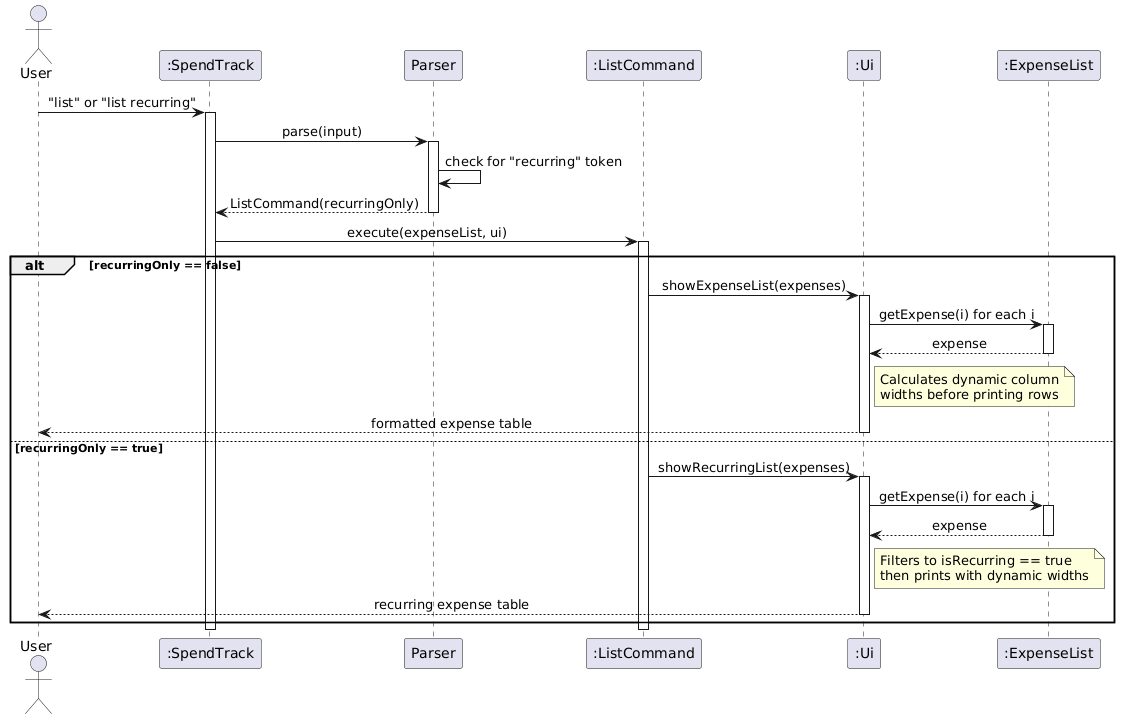
Before: docs/images/ListCommandSequence.png, a diagram exported from PlantUML (AbhijitBalajee/tp).
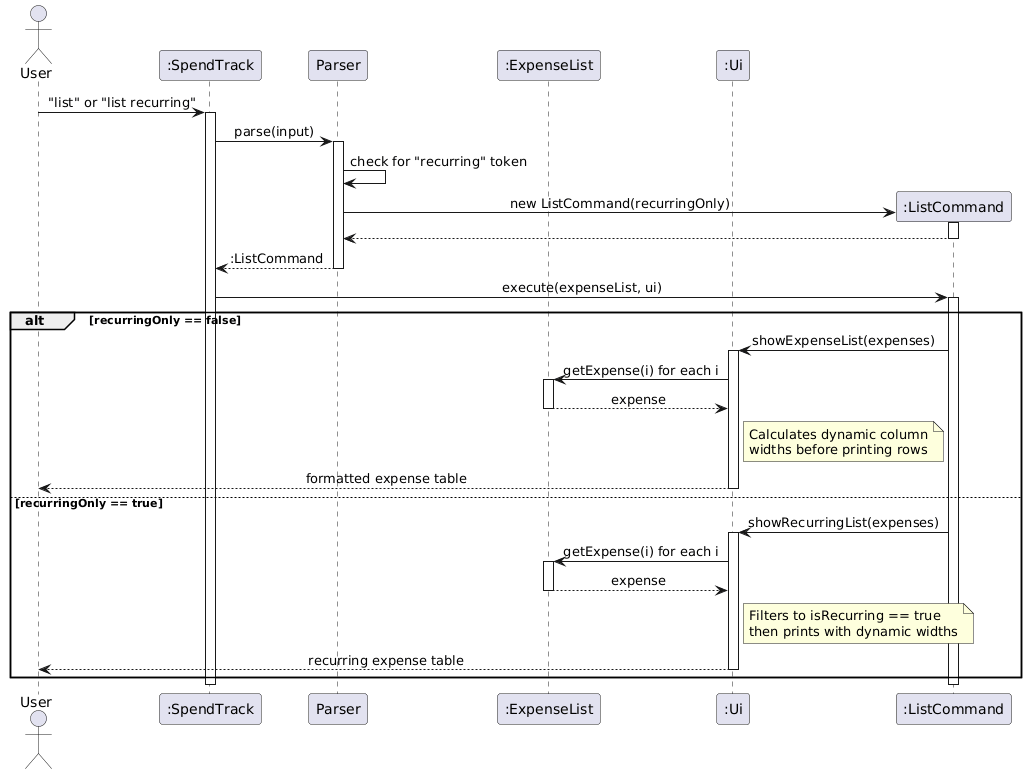
Later version of the same file.

Commit message:
fix: correct UML diagram notation errors in DG sequence and class diagrams

Diff of the diagram source:
```diff
@@ -6,16 +6,22 @@
 actor User
 participant ":SpendTrack" as ST
 participant "Parser" as P
-participant ":ListCommand" as LC
+participant ":ExpenseList" as EL
 participant ":Ui" as UI
-participant ":ExpenseList" as EL
 
 User -> ST : "list" or "list recurring"
 activate ST
 ST -> P : parse(input)
 activate P
 P -> P : check for "recurring" token
-P --> ST : ListCommand(recurringOnly)
+
+create participant ":ListCommand" as LC
+P -> LC : new ListCommand(recurringOnly)
+activate LC
+LC --> P
+deactivate LC
+
+P --> ST : :ListCommand
 deactivate P
 
 ST -> LC : execute(expenseList, ui)
```
